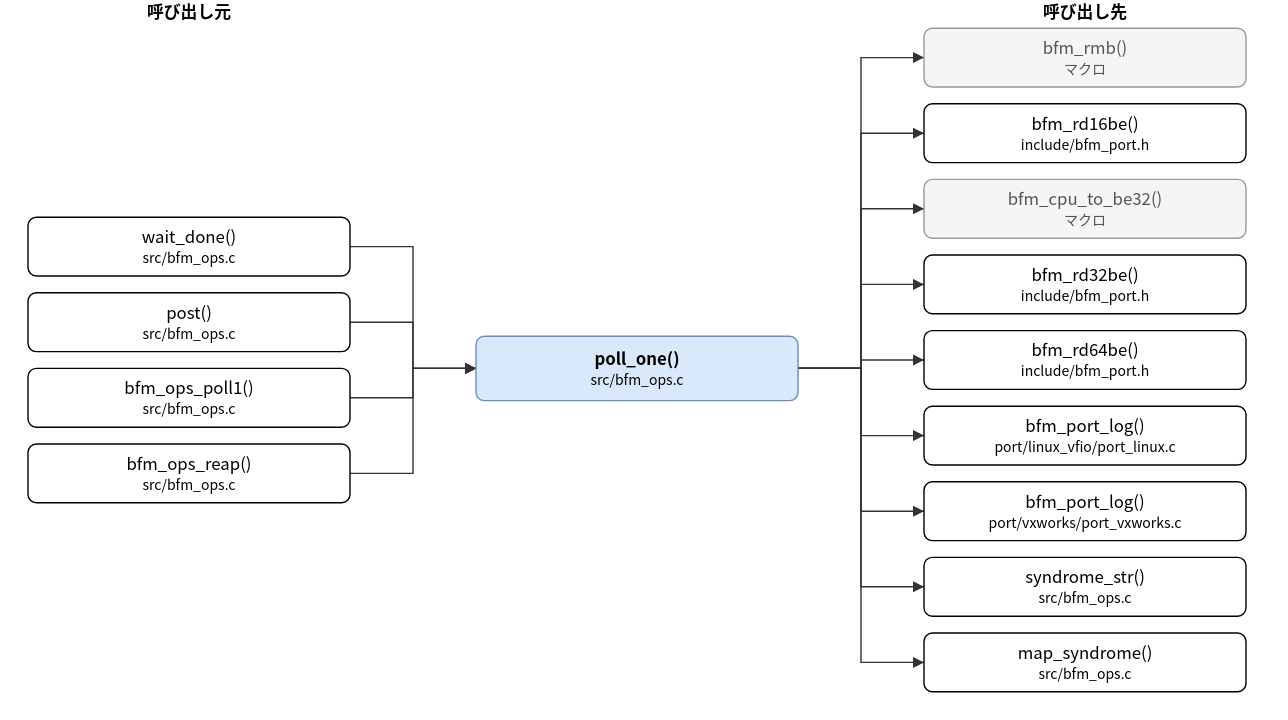
This is doc/spec/images/call_src_bfm_ops-poll_one.drawio.svg from hf355051012-ai/bfmem, a draw.io export, as it was before one commit. Source tidied: cells renumbered, new cells last; positions are measured from the earlier drawing's top-left corner, leaving out a move shared by most shapes.
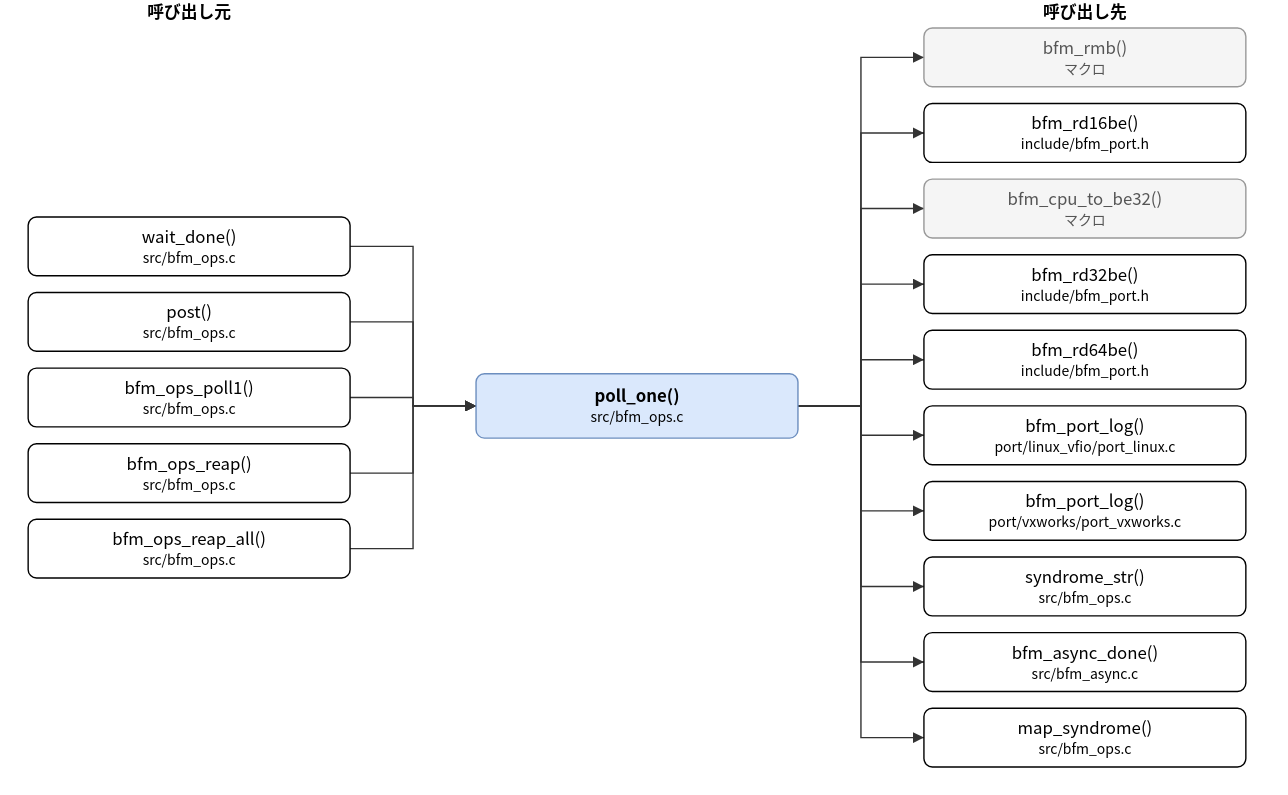
Later version of the same file.

Change to the diagram source:
```diff
@@ -3,7 +3,7 @@
     <mxCell id="0" />
     <mxCell id="1" parent="0" />
     <mxCell id="2" value="poll_one()&lt;br&gt;&lt;font style=&quot;font-size:10px&quot;&gt;src/bfm_ops.c&lt;/font&gt;" style="rounded=1;whiteSpace=wrap;html=1;fillColor=#dae8fc;strokeColor=#6c8ebf;fontStyle=1;" parent="1" vertex="1">
-      <mxGeometry x="320" y="240" width="230" height="46" as="geometry" />
+      <mxGeometry x="320" y="267" width="230" height="46" as="geometry" />
     </mxCell>
     <mxCell id="3" value="wait_done()&lt;br&gt;&lt;font style=&quot;font-size:10px&quot;&gt;src/bfm_ops.c&lt;/font&gt;" style="rounded=1;whiteSpace=wrap;html=1;" parent="1" vertex="1">
       <mxGeometry y="155" width="230" height="42" as="geometry" />
@@ -17,6 +17,9 @@
     <mxCell id="6" value="bfm_ops_reap()&lt;br&gt;&lt;font style=&quot;font-size:10px&quot;&gt;src/bfm_ops.c&lt;/font&gt;" style="rounded=1;whiteSpace=wrap;html=1;" parent="1" vertex="1">
       <mxGeometry y="317" width="230" height="42" as="geometry" />
     </mxCell>
+    <mxCell id="31" value="bfm_ops_reap_all()&lt;br&gt;&lt;font style=&quot;font-size:10px&quot;&gt;src/bfm_ops.c&lt;/font&gt;" style="rounded=1;whiteSpace=wrap;html=1;" parent="1" vertex="1">
+      <mxGeometry y="371" width="230" height="42" as="geometry" />
+    </mxCell>
     <mxCell id="7" value="bfm_rmb()&lt;br&gt;&lt;font style=&quot;font-size:10px&quot;&gt;マクロ&lt;/font&gt;" style="rounded=1;whiteSpace=wrap;html=1;fillColor=#f5f5f5;strokeColor=#999999;fontColor=#555555;" parent="1" vertex="1">
       <mxGeometry x="640" y="20" width="230" height="42" as="geometry" />
     </mxCell>
@@ -41,14 +44,17 @@
     <mxCell id="14" value="syndrome_str()&lt;br&gt;&lt;font style=&quot;font-size:10px&quot;&gt;src/bfm_ops.c&lt;/font&gt;" style="rounded=1;whiteSpace=wrap;html=1;" parent="1" vertex="1">
       <mxGeometry x="640" y="398" width="230" height="42" as="geometry" />
     </mxCell>
-    <mxCell id="15" value="map_syndrome()&lt;br&gt;&lt;font style=&quot;font-size:10px&quot;&gt;src/bfm_ops.c&lt;/font&gt;" style="rounded=1;whiteSpace=wrap;html=1;" parent="1" vertex="1">
+    <mxCell id="15" value="bfm_async_done()&lt;br&gt;&lt;font style=&quot;font-size:10px&quot;&gt;src/bfm_async.c&lt;/font&gt;" style="rounded=1;whiteSpace=wrap;html=1;" parent="1" vertex="1">
       <mxGeometry x="640" y="452" width="230" height="42" as="geometry" />
     </mxCell>
+    <mxCell id="32" value="map_syndrome()&lt;br&gt;&lt;font style=&quot;font-size:10px&quot;&gt;src/bfm_ops.c&lt;/font&gt;" style="rounded=1;whiteSpace=wrap;html=1;" parent="1" vertex="1">
+      <mxGeometry x="640" y="506" width="230" height="42" as="geometry" />
+    </mxCell>
     <mxCell id="16" style="edgeStyle=none;html=1;rounded=0;endArrow=block;endFill=1;exitX=1.0000;exitY=0.5000;exitDx=0;exitDy=0;exitPerimeter=0;entryX=0.0000;entryY=0.5000;entryDx=0;entryDy=0;entryPerimeter=0;" parent="1" edge="1" source="3" target="2">
       <mxGeometry relative="1" as="geometry">
         <Array as="points">
           <mxPoint x="275" y="176" />
-          <mxPoint x="275" y="263" />
+          <mxPoint x="275" y="290" />
         </Array>
       </mxGeometry>
     </mxCell>
@@ -56,7 +62,7 @@
       <mxGeometry relative="1" as="geometry">
         <Array as="points">
           <mxPoint x="275" y="230" />
-          <mxPoint x="275" y="263" />
+          <mxPoint x="275" y="290" />
         </Array>
       </mxGeometry>
     </mxCell>
@@ -64,7 +70,7 @@
       <mxGeometry relative="1" as="geometry">
         <Array as="points">
           <mxPoint x="275" y="284" />
-          <mxPoint x="275" y="263" />
+          <mxPoint x="275" y="290" />
         </Array>
       </mxGeometry>
     </mxCell>
@@ -72,82 +78,98 @@
       <mxGeometry relative="1" as="geometry">
         <Array as="points">
           <mxPoint x="275" y="338" />
-          <mxPoint x="275" y="263" />
+          <mxPoint x="275" y="290" />
         </Array>
       </mxGeometry>
     </mxCell>
-    <mxCell id="20" style="edgeStyle=none;html=1;rounded=0;endArrow=block;endFill=1;exitX=1.0000;exitY=0.5000;exitDx=0;exitDy=0;exitPerimeter=0;entryX=0.0000;entryY=0.5000;entryDx=0;entryDy=0;entryPerimeter=0;" parent="1" edge="1" source="2" target="7">
+    <mxCell id="20" style="edgeStyle=none;html=1;rounded=0;endArrow=block;endFill=1;exitX=1.0000;exitY=0.5000;exitDx=0;exitDy=0;exitPerimeter=0;entryX=0.0000;entryY=0.5000;entryDx=0;entryDy=0;entryPerimeter=0;" parent="1" edge="1" source="31" target="2">
       <mxGeometry relative="1" as="geometry">
         <Array as="points">
-          <mxPoint x="595" y="263" />
-          <mxPoint x="595" y="41" />
+          <mxPoint x="275" y="392" />
+          <mxPoint x="275" y="290" />
         </Array>
       </mxGeometry>
     </mxCell>
-    <mxCell id="21" style="edgeStyle=none;html=1;rounded=0;endArrow=block;endFill=1;exitX=1.0000;exitY=0.5000;exitDx=0;exitDy=0;exitPerimeter=0;entryX=0.0000;entryY=0.5000;entryDx=0;entryDy=0;entryPerimeter=0;" parent="1" edge="1" source="2" target="8">
+    <mxCell id="21" style="edgeStyle=none;html=1;rounded=0;endArrow=block;endFill=1;exitX=1.0000;exitY=0.5000;exitDx=0;exitDy=0;exitPerimeter=0;entryX=0.0000;entryY=0.5000;entryDx=0;entryDy=0;entryPerimeter=0;" parent="1" edge="1" source="2" target="7">
       <mxGeometry relative="1" as="geometry">
         <Array as="points">
-          <mxPoint x="595" y="263" />
-          <mxPoint x="595" y="95" />
+          <mxPoint x="595" y="290" />
+          <mxPoint x="595" y="41" />
         </Array>
       </mxGeometry>
     </mxCell>
-    <mxCell id="22" style="edgeStyle=none;html=1;rounded=0;endArrow=block;endFill=1;exitX=1.0000;exitY=0.5000;exitDx=0;exitDy=0;exitPerimeter=0;entryX=0.0000;entryY=0.5000;entryDx=0;entryDy=0;entryPerimeter=0;" parent="1" edge="1" source="2" target="9">
+    <mxCell id="22" style="edgeStyle=none;html=1;rounded=0;endArrow=block;endFill=1;exitX=1.0000;exitY=0.5000;exitDx=0;exitDy=0;exitPerimeter=0;entryX=0.0000;entryY=0.5000;entryDx=0;entryDy=0;entryPerimeter=0;" parent="1" edge="1" source="2" target="8">
       <mxGeometry relative="1" as="geometry">
         <Array as="points">
-          <mxPoint x="595" y="263" />
-          <mxPoint x="595" y="149" />
+          <mxPoint x="595" y="290" />
+          <mxPoint x="595" y="95" />
         </Array>
       </mxGeometry>
     </mxCell>
-    <mxCell id="23" style="edgeStyle=none;html=1;rounded=0;endArrow=block;endFill=1;exitX=1.0000;exitY=0.5000;exitDx=0;exitDy=0;exitPerimeter=0;entryX=0.0000;entryY=0.5000;entryDx=0;entryDy=0;entryPerimeter=0;" parent="1" edge="1" source="2" target="10">
+    <mxCell id="23" style="edgeStyle=none;html=1;rounded=0;endArrow=block;endFill=1;exitX=1.0000;exitY=0.5000;exitDx=0;exitDy=0;exitPerimeter=0;entryX=0.0000;entryY=0.5000;entryDx=0;entryDy=0;entryPerimeter=0;" parent="1" edge="1" source="2" target="9">
       <mxGeometry relative="1" as="geometry">
         <Array as="points">
-          <mxPoint x="595" y="263" />
-          <mxPoint x="595" y="203" />
+          <mxPoint x="595" y="290" />
+          <mxPoint x="595" y="149" />
         </Array>
       </mxGeometry>
     </mxCell>
-    <mxCell id="24" style="edgeStyle=none;html=1;rounded=0;endArrow=block;endFill=1;exitX=1.0000;exitY=0.5000;exitDx=0;exitDy=0;exitPerimeter=0;entryX=0.0000;entryY=0.5000;entryDx=0;entryDy=0;entryPerimeter=0;" parent="1" edge="1" source="2" target="11">
+    <mxCell id="24" style="edgeStyle=none;html=1;rounded=0;endArrow=block;endFill=1;exitX=1.0000;exitY=0.5000;exitDx=0;exitDy=0;exitPerimeter=0;entryX=0.0000;entryY=0.5000;entryDx=0;entryDy=0;entryPerimeter=0;" parent="1" edge="1" source="2" target="10">
       <mxGeometry relative="1" as="geometry">
         <Array as="points">
-          <mxPoint x="595" y="263" />
-          <mxPoint x="595" y="257" />
+          <mxPoint x="595" y="290" />
+          <mxPoint x="595" y="203" />
         </Array>
       </mxGeometry>
     </mxCell>
-    <mxCell id="25" style="edgeStyle=none;html=1;rounded=0;endArrow=block;endFill=1;exitX=1.0000;exitY=0.5000;exitDx=0;exitDy=0;exitPerimeter=0;entryX=0.0000;entryY=0.5000;entryDx=0;entryDy=0;entryPerimeter=0;" parent="1" edge="1" source="2" target="12">
+    <mxCell id="25" style="edgeStyle=none;html=1;rounded=0;endArrow=block;endFill=1;exitX=1.0000;exitY=0.5000;exitDx=0;exitDy=0;exitPerimeter=0;entryX=0.0000;entryY=0.5000;entryDx=0;entryDy=0;entryPerimeter=0;" parent="1" edge="1" source="2" target="11">
       <mxGeometry relative="1" as="geometry">
         <Array as="points">
-          <mxPoint x="595" y="263" />
-          <mxPoint x="595" y="311" />
+          <mxPoint x="595" y="290" />
+          <mxPoint x="595" y="257" />
         </Array>
       </mxGeometry>
     </mxCell>
-    <mxCell id="26" style="edgeStyle=none;html=1;rounded=0;endArrow=block;endFill=1;exitX=1.0000;exitY=0.5000;exitDx=0;exitDy=0;exitPerimeter=0;entryX=0.0000;entryY=0.5000;entryDx=0;entryDy=0;entryPerimeter=0;" parent="1" edge="1" source="2" target="13">
+    <mxCell id="26" style="edgeStyle=none;html=1;rounded=0;endArrow=block;endFill=1;exitX=1.0000;exitY=0.5000;exitDx=0;exitDy=0;exitPerimeter=0;entryX=0.0000;entryY=0.5000;entryDx=0;entryDy=0;entryPerimeter=0;" parent="1" edge="1" source="2" target="12">
       <mxGeometry relative="1" as="geometry">
         <Array as="points">
-          <mxPoint x="595" y="263" />
-          <mxPoint x="595" y="365" />
+          <mxPoint x="595" y="290" />
+          <mxPoint x="595" y="311" />
         </Array>
       </mxGeometry>
     </mxCell>
-    <mxCell id="27" style="edgeStyle=none;html=1;rounded=0;endArrow=block;endFill=1;exitX=1.0000;exitY=0.5000;exitDx=0;exitDy=0;exitPerimeter=0;entryX=0.0000;entryY=0.5000;entryDx=0;entryDy=0;entryPerimeter=0;" parent="1" edge="1" source="2" target="14">
+    <mxCell id="27" style="edgeStyle=none;html=1;rounded=0;endArrow=block;endFill=1;exitX=1.0000;exitY=0.5000;exitDx=0;exitDy=0;exitPerimeter=0;entryX=0.0000;entryY=0.5000;entryDx=0;entryDy=0;entryPerimeter=0;" parent="1" edge="1" source="2" target="13">
       <mxGeometry relative="1" as="geometry">
         <Array as="points">
-          <mxPoint x="595" y="263" />
-          <mxPoint x="595" y="419" />
+          <mxPoint x="595" y="290" />
+          <mxPoint x="595" y="365" />
         </Array>
       </mxGeometry>
     </mxCell>
-    <mxCell id="28" style="edgeStyle=none;html=1;rounded=0;endArrow=block;endFill=1;exitX=1.0000;exitY=0.5000;exitDx=0;exitDy=0;exitPerimeter=0;entryX=0.0000;entryY=0.5000;entryDx=0;entryDy=0;entryPerimeter=0;" parent="1" edge="1" source="2" target="15">
+    <mxCell id="28" style="edgeStyle=none;html=1;rounded=0;endArrow=block;endFill=1;exitX=1.0000;exitY=0.5000;exitDx=0;exitDy=0;exitPerimeter=0;entryX=0.0000;entryY=0.5000;entryDx=0;entryDy=0;entryPerimeter=0;" parent="1" edge="1" source="2" target="14">
       <mxGeometry relative="1" as="geometry">
         <Array as="points">
-          <mxPoint x="595" y="263" />
-          <mxPoint x="595" y="473" />
+          <mxPoint x="595" y="290" />
+          <mxPoint x="595" y="419" />
         </Array>
       </mxGeometry>
     </mxCell>
+    <mxCell id="33" style="edgeStyle=none;html=1;rounded=0;endArrow=block;endFill=1;exitX=1.0000;exitY=0.5000;exitDx=0;exitDy=0;exitPerimeter=0;entryX=0.0000;entryY=0.5000;entryDx=0;entryDy=0;entryPerimeter=0;" parent="1" edge="1" source="2" target="15">
+      <mxGeometry relative="1" as="geometry">
+        <Array as="points">
+          <mxPoint x="595" y="290" />
+          <mxPoint x="595" y="473" />
+        </Array>
+      </mxGeometry>
+    </mxCell>
+    <mxCell id="34" style="edgeStyle=none;html=1;rounded=0;endArrow=block;endFill=1;exitX=1.0000;exitY=0.5000;exitDx=0;exitDy=0;exitPerimeter=0;entryX=0.0000;entryY=0.5000;entryDx=0;entryDy=0;entryPerimeter=0;" parent="1" edge="1" source="2" target="32">
+      <mxGeometry relative="1" as="geometry">
+        <Array as="points">
+          <mxPoint x="595" y="290" />
+          <mxPoint x="595" y="527" />
+        </Array>
+      </mxGeometry>
+    </mxCell>
     <mxCell id="29" value="呼び出し元" style="text;html=1;align=center;fontStyle=1;" parent="1" vertex="1">
       <mxGeometry x="35" width="160" height="18" as="geometry" />
     </mxCell>
```
